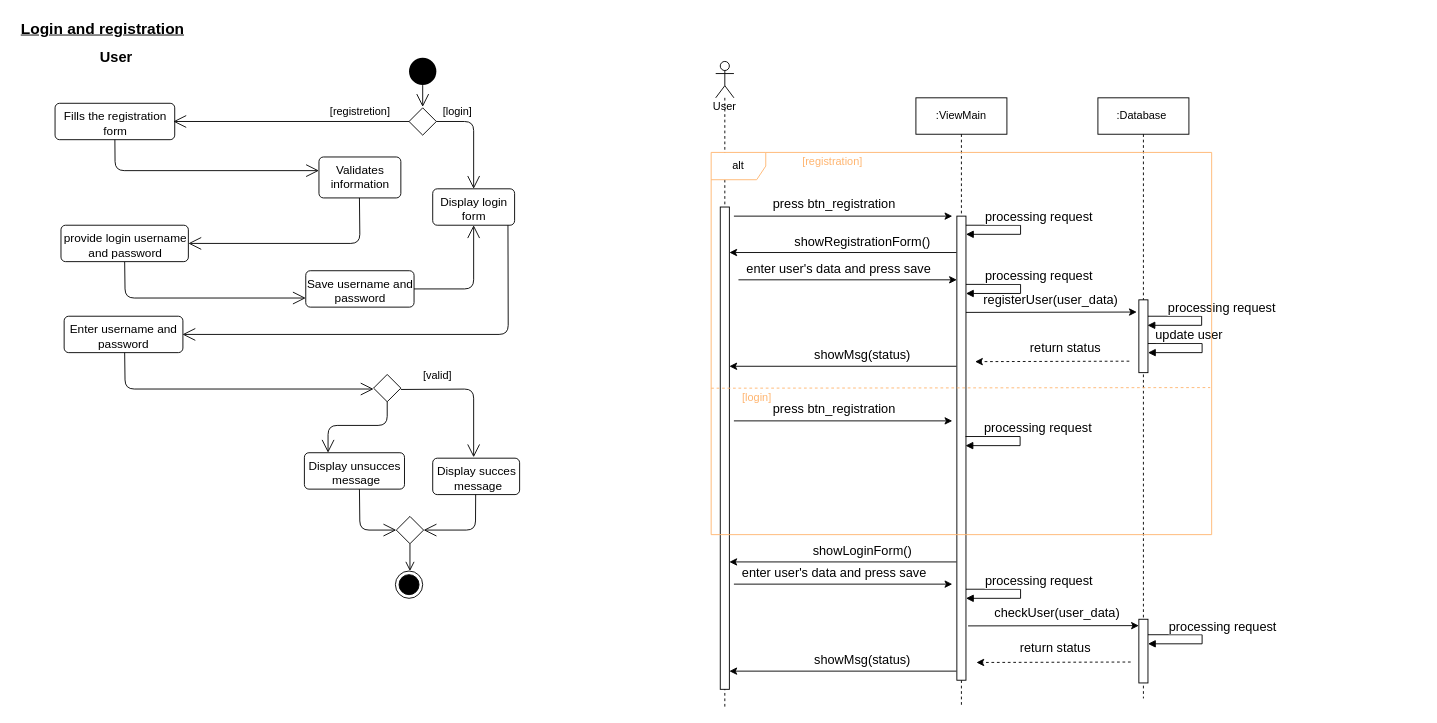
Earlier version of the draw.io diagram page "login and registration" (6 of 8) of activity_diagram.drawio (alsousha/projectFinish). Source tidied: cells renumbered, new cells numbered last; positions are measured from the earlier drawing's top-left corner, leaving out a move shared by most shapes. Both pictures are drawn from the tidied source at 91%, with x=0, y=0 at pixel (15, 15).
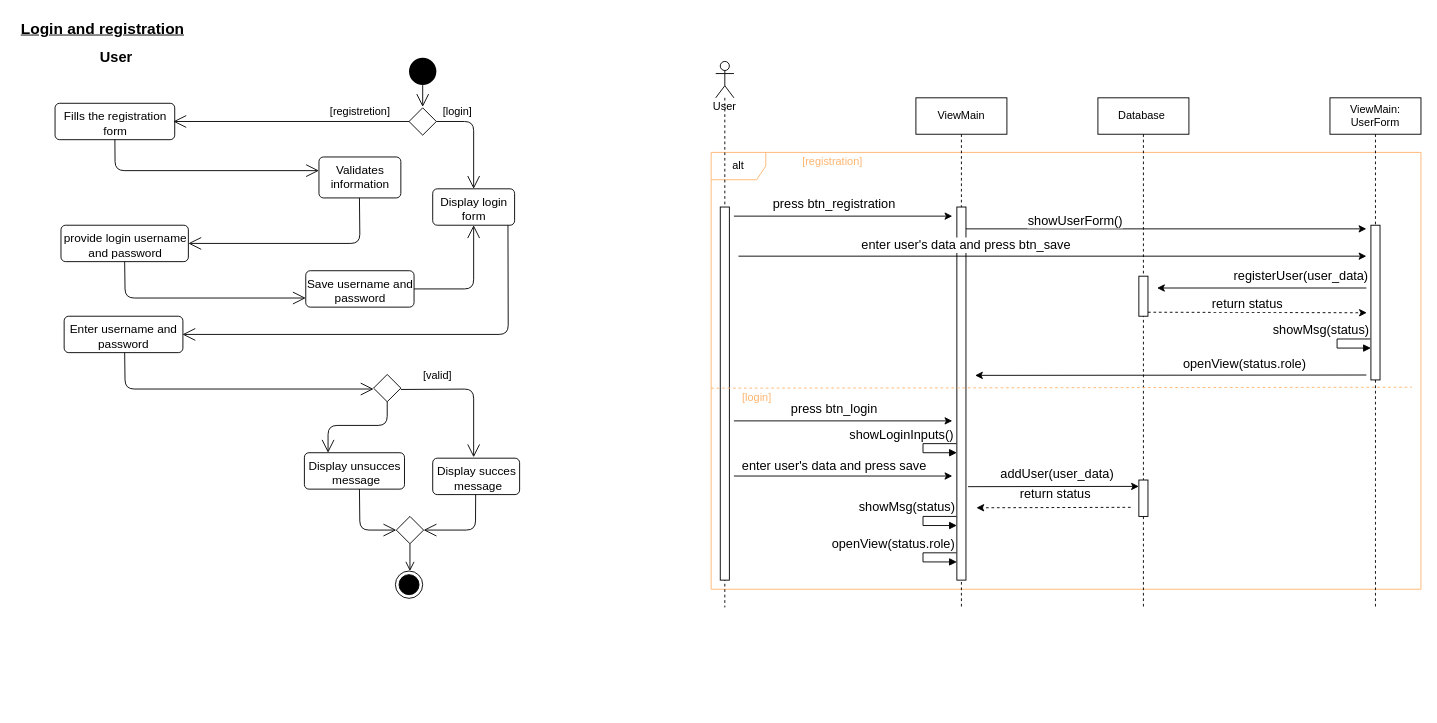
Above is the later version.

Unchanged cells that the change refers to:
```xml
<mxCell id="68" style="endArrow=classic;html=1;" parent="1" edge="1">
  <mxGeometry relative="1" as="geometry">
    <mxPoint x="790" y="445" as="sourcePoint" />
    <mxPoint x="1030" y="445" as="targetPoint" />
  </mxGeometry>
</mxCell>
```

What changed in the source:
```diff
@@
+    <mxCell id="82" value="alt" style="shape=umlFrame;whiteSpace=wrap;html=1;strokeColor=#FFB570;" parent="1" vertex="1">
+      <mxGeometry x="765" y="150" width="780" height="480" as="geometry" />
+    </mxCell>
@@
     <mxCell id="34" value="User" style="shape=umlLifeline;participant=umlActor;perimeter=lifelinePerimeter;whiteSpace=wrap;html=1;verticalAlign=top;spacingTop=36;" parent="1" vertex="1">
-      <mxGeometry x="770" y="50" width="20" height="710" as="geometry" />
+      <mxGeometry x="770" y="50" width="20" height="600" as="geometry" />
     </mxCell>
     <mxCell id="35" style="html=1;perimeter=orthogonalPerimeter;" parent="34" vertex="1">
-      <mxGeometry x="5" y="160" width="10" height="530" as="geometry" />
+      <mxGeometry x="5" y="160" width="10" height="410" as="geometry" />
     </mxCell>
-    <mxCell id="36" value=":ViewMain" style="shape=umlLifeline;perimeter=lifelinePerimeter;whiteSpace=wrap;html=1;" parent="1" vertex="1">
-      <mxGeometry x="990" y="90" width="100" height="670" as="geometry" />
+    <mxCell id="36" value="ViewMain" style="shape=umlLifeline;perimeter=lifelinePerimeter;whiteSpace=wrap;html=1;" parent="1" vertex="1">
+      <mxGeometry x="990" y="90" width="100" height="560" as="geometry" />
     </mxCell>
     <mxCell id="37" style="html=1;perimeter=orthogonalPerimeter;" parent="36" vertex="1">
-      <mxGeometry x="45" y="130" width="10" height="510" as="geometry" />
+      <mxGeometry x="45" y="120" width="10" height="410" as="geometry" />
     </mxCell>
-    <mxCell id="38" value=":Database&amp;nbsp;" style="shape=umlLifeline;perimeter=lifelinePerimeter;whiteSpace=wrap;html=1;" parent="1" vertex="1">
-      <mxGeometry x="1190" y="90" width="100" height="660" as="geometry" />
+    <mxCell id="38" value="Database&amp;nbsp;" style="shape=umlLifeline;perimeter=lifelinePerimeter;whiteSpace=wrap;html=1;" parent="1" vertex="1">
+      <mxGeometry x="1190" y="90" width="100" height="560" as="geometry" />
     </mxCell>
     <mxCell id="39" style="html=1;perimeter=orthogonalPerimeter;" parent="38" vertex="1">
-      <mxGeometry x="45" y="573" width="10" height="70" as="geometry" />
+      <mxGeometry x="45" y="420" width="10" height="40" as="geometry" />
     </mxCell>
-    <mxCell id="40" style="endArrow=none;dashed=1;html=1;entryX=0.997;entryY=0.546;entryDx=0;entryDy=0;entryPerimeter=0;strokeColor=#FFB570;" parent="1" edge="1">
+    <mxCell id="40" style="endArrow=none;dashed=1;html=1;strokeColor=#FFB570;" parent="1" edge="1">
       <mxGeometry relative="1" as="geometry">
         <mxPoint x="765" y="409.1" as="sourcePoint" />
-        <mxPoint x="1313.4" y="408.4" as="targetPoint" />
+        <mxPoint x="1535" y="408" as="targetPoint" />
       </mxGeometry>
     </mxCell>
@@
     <mxCell id="43" style="endArrow=classic;html=1;" parent="1" edge="1">
       <mxGeometry relative="1" as="geometry">
-        <mxPoint x="1034.5" y="260" as="sourcePoint" />
-        <mxPoint x="785" y="260" as="targetPoint" />
+        <mxPoint x="1045" y="234" as="sourcePoint" />
+        <mxPoint x="1485" y="234" as="targetPoint" />
       </mxGeometry>
     </mxCell>
-    <mxCell id="44" value="&lt;font style=&quot;font-size: 14px&quot;&gt;showRegistrationForm()&lt;/font&gt;" style="edgeLabel;html=1;align=center;verticalAlign=middle;" parent="43" vertex="1">
+    <mxCell id="44" value="&lt;font style=&quot;font-size: 14px&quot;&gt;showUserForm()&lt;/font&gt;" style="edgeLabel;html=1;align=center;verticalAlign=middle;" parent="43" vertex="1">
       <mxGeometry x="-0.38" y="6" relative="1" as="geometry">
-        <mxPoint x="-27.5" y="-19" as="offset" />
+        <mxPoint x="-16.7" y="-4" as="offset" />
       </mxGeometry>
     </mxCell>
@@
-    <mxCell id="47" style="edgeStyle=orthogonalEdgeStyle;html=1;align=left;spacingLeft=2;endArrow=block;rounded=0;strokeColor=#000000;" parent="1" edge="1">
-      <mxGeometry x="-0.11" y="66" relative="1" as="geometry">
-        <mxPoint x="1045" y="230" as="sourcePoint" />
-        <mxPoint x="1045" y="240" as="targetPoint" />
-        <Array as="points">
-          <mxPoint x="1105" y="230" />
-          <mxPoint x="1105" y="240" />
-          <mxPoint x="1051" y="240" />
-        </Array>
-        <mxPoint x="-27" y="-53" as="offset" />
-      </mxGeometry>
-    </mxCell>
-    <mxCell id="48" value="&lt;font style=&quot;font-size: 14px&quot;&gt;processing request&lt;/font&gt;" style="edgeLabel;html=1;align=center;verticalAlign=middle;" parent="47" vertex="1">
-      <mxGeometry x="-0.39" y="2" relative="1" as="geometry">
-        <mxPoint x="39.2" y="-8" as="offset" />
-      </mxGeometry>
-    </mxCell>
-    <mxCell id="49" style="endArrow=classic;html=1;entryX=-0.233;entryY=0.138;entryDx=0;entryDy=0;entryPerimeter=0;" parent="1" edge="1">
+    <mxCell id="49" style="endArrow=classic;html=1;" parent="1" edge="1">
       <mxGeometry relative="1" as="geometry">
-        <mxPoint x="1045" y="325.8" as="sourcePoint" />
-        <mxPoint x="1232.7" y="325.4" as="targetPoint" />
+        <mxPoint x="1485" y="299" as="sourcePoint" />
+        <mxPoint x="1255" y="299" as="targetPoint" />
       </mxGeometry>
     </mxCell>
     <mxCell id="50" value="&lt;font style=&quot;font-size: 14px&quot;&gt;registerUser(user_data)&lt;/font&gt;" style="edgeLabel;html=1;align=center;verticalAlign=middle;" parent="49" vertex="1">
       <mxGeometry x="-0.38" y="6" relative="1" as="geometry">
-        <mxPoint x="35" y="-8.5" as="offset" />
+        <mxPoint x="-1.7" y="-19.1" as="offset" />
       </mxGeometry>
     </mxCell>
-    <mxCell id="51" style="edgeStyle=orthogonalEdgeStyle;html=1;align=left;spacingLeft=2;endArrow=block;rounded=0;strokeColor=#000000;" parent="1" edge="1">
-      <mxGeometry x="-0.11" y="66" relative="1" as="geometry">
-        <mxPoint x="1244.5" y="330" as="sourcePoint" />
-        <mxPoint x="1244.5" y="340" as="targetPoint" />
-        <Array as="points">
-          <mxPoint x="1304" y="330" />
-          <mxPoint x="1304" y="340" />
-        </Array>
-        <mxPoint x="-27" y="-53" as="offset" />
-      </mxGeometry>
-    </mxCell>
-    <mxCell id="52" value="&lt;font style=&quot;font-size: 14px&quot;&gt;processing request&lt;/font&gt;" style="edgeLabel;html=1;align=center;verticalAlign=middle;" parent="51" vertex="1">
-      <mxGeometry x="-0.39" y="2" relative="1" as="geometry">
-        <mxPoint x="42.2" y="-8" as="offset" />
-      </mxGeometry>
-    </mxCell>
     <mxCell id="53" style="html=1;perimeter=orthogonalPerimeter;" parent="1" vertex="1">
-      <mxGeometry x="1235" y="312" width="10" height="80" as="geometry" />
+      <mxGeometry x="1235" y="286" width="10" height="44" as="geometry" />
     </mxCell>
     <mxCell id="54" style="endArrow=classic;html=1;dashed=1;" parent="1" edge="1">
       <mxGeometry relative="1" as="geometry">
-        <mxPoint x="1226" y="710" as="sourcePoint" />
-        <mxPoint x="1056.5" y="710.5" as="targetPoint" />
+        <mxPoint x="1226" y="540" as="sourcePoint" />
+        <mxPoint x="1056.5" y="540.5" as="targetPoint" />
       </mxGeometry>
     </mxCell>
@@
-    <mxCell id="56" style="endArrow=classic;html=1;" parent="1" edge="1">
-      <mxGeometry relative="1" as="geometry">
-        <mxPoint x="1034.5" y="385" as="sourcePoint" />
-        <mxPoint x="785" y="385" as="targetPoint" />
-      </mxGeometry>
-    </mxCell>
-    <mxCell id="57" value="&lt;font style=&quot;font-size: 14px&quot;&gt;showMsg(status)&lt;/font&gt;" style="edgeLabel;html=1;align=center;verticalAlign=middle;" parent="56" vertex="1">
-      <mxGeometry x="-0.38" y="6" relative="1" as="geometry">
-        <mxPoint x="-27.5" y="-19" as="offset" />
-      </mxGeometry>
-    </mxCell>
     <mxCell id="58" style="endArrow=classic;html=1;" parent="1" edge="1">
       <mxGeometry relative="1" as="geometry">
-        <mxPoint x="795" y="290" as="sourcePoint" />
-        <mxPoint x="1035" y="290" as="targetPoint" />
+        <mxPoint x="795" y="264" as="sourcePoint" />
+        <mxPoint x="1485" y="264" as="targetPoint" />
       </mxGeometry>
     </mxCell>
-    <mxCell id="59" value="&lt;span style=&quot;font-size: 14px&quot;&gt;enter user's data and press save&lt;/span&gt;" style="edgeLabel;html=1;align=center;verticalAlign=middle;" parent="58" vertex="1">
+    <mxCell id="59" value="&lt;span style=&quot;font-size: 14px&quot;&gt;enter user's data and press btn_save&lt;/span&gt;" style="edgeLabel;html=1;align=center;verticalAlign=middle;" parent="58" vertex="1">
       <mxGeometry x="-0.38" y="6" relative="1" as="geometry">
         <mxPoint x="35" y="-6.5" as="offset" />
       </mxGeometry>
     </mxCell>
-    <mxCell id="60" style="edgeStyle=orthogonalEdgeStyle;html=1;align=left;spacingLeft=2;endArrow=block;rounded=0;strokeColor=#000000;" parent="1" edge="1">
-      <mxGeometry x="-0.11" y="66" relative="1" as="geometry">
-        <mxPoint x="1044.5" y="462.2" as="sourcePoint" />
-        <mxPoint x="1044.5" y="472.2" as="targetPoint" />
-        <Array as="points">
-          <mxPoint x="1104.5" y="462.2" />
-          <mxPoint x="1104.5" y="472.2" />
-          <mxPoint x="1050.5" y="472.2" />
-        </Array>
-        <mxPoint x="-27" y="-53" as="offset" />
-      </mxGeometry>
-    </mxCell>
-    <mxCell id="61" value="&lt;font style=&quot;font-size: 14px&quot;&gt;processing request&lt;/font&gt;" style="edgeLabel;html=1;align=center;verticalAlign=middle;" parent="60" vertex="1">
-      <mxGeometry x="-0.39" y="2" relative="1" as="geometry">
-        <mxPoint x="39.2" y="-8" as="offset" />
-      </mxGeometry>
-    </mxCell>
     <mxCell id="62" style="endArrow=classic;html=1;entryX=-0.233;entryY=0.138;entryDx=0;entryDy=0;entryPerimeter=0;" parent="1" edge="1">
       <mxGeometry relative="1" as="geometry">
-        <mxPoint x="1047.3" y="670.3" as="sourcePoint" />
-        <mxPoint x="1235" y="670" as="targetPoint" />
+        <mxPoint x="1047.3" y="517.3" as="sourcePoint" />
+        <mxPoint x="1235" y="517" as="targetPoint" />
       </mxGeometry>
     </mxCell>
-    <mxCell id="63" value="&lt;font style=&quot;font-size: 14px&quot;&gt;checkUser(user_data)&lt;/font&gt;" style="edgeLabel;html=1;align=center;verticalAlign=middle;" parent="62" vertex="1">
+    <mxCell id="63" value="&lt;font style=&quot;font-size: 14px&quot;&gt;addUser(user_data)&lt;/font&gt;" style="edgeLabel;html=1;align=center;verticalAlign=middle;" parent="62" vertex="1">
       <mxGeometry x="-0.38" y="6" relative="1" as="geometry">
         <mxPoint x="39" y="-8.5" as="offset" />
       </mxGeometry>
     </mxCell>
     <mxCell id="64" style="endArrow=classic;html=1;dashed=1;" parent="1" edge="1">
       <mxGeometry relative="1" as="geometry">
-        <mxPoint x="1224.5" y="379.4" as="sourcePoint" />
-        <mxPoint x="1055" y="379.9" as="targetPoint" />
+        <mxPoint x="1245" y="325.6" as="sourcePoint" />
+        <mxPoint x="1485.5" y="326.2" as="targetPoint" />
       </mxGeometry>
     </mxCell>
     <mxCell id="65" value="&lt;font style=&quot;font-size: 14px&quot;&gt;return status&amp;nbsp;&lt;/font&gt;" style="edgeLabel;html=1;align=center;verticalAlign=middle;" parent="64" vertex="1">
       <mxGeometry x="-0.38" y="6" relative="1" as="geometry">
-        <mxPoint x="-16.5" y="-21.4" as="offset" />
+        <mxPoint x="35" y="-3.6" as="offset" />
       </mxGeometry>
     </mxCell>
-    <mxCell id="66" style="edgeStyle=orthogonalEdgeStyle;html=1;align=left;spacingLeft=2;endArrow=block;rounded=0;strokeColor=#000000;" parent="1" edge="1">
-      <mxGeometry x="-0.11" y="66" relative="1" as="geometry">
-        <mxPoint x="1245" y="360" as="sourcePoint" />
-        <mxPoint x="1245" y="370" as="targetPoint" />
-        <Array as="points">
-          <mxPoint x="1304.5" y="360" />
-          <mxPoint x="1304.5" y="370" />
-        </Array>
-        <mxPoint x="-27" y="-53" as="offset" />
-      </mxGeometry>
-    </mxCell>
-    <mxCell id="67" value="&lt;span style=&quot;font-size: 14px&quot;&gt;update user&lt;/span&gt;" style="edgeLabel;html=1;align=center;verticalAlign=middle;" parent="66" vertex="1">
-      <mxGeometry x="-0.39" y="2" relative="1" as="geometry">
-        <mxPoint x="5" y="-8" as="offset" />
-      </mxGeometry>
-    </mxCell>
@@
-    <mxCell id="69" value="&lt;font style=&quot;font-size: 14px&quot;&gt;press btn_registration&lt;/font&gt;" style="edgeLabel;html=1;align=center;verticalAlign=middle;" parent="68" vertex="1">
+    <mxCell id="69" value="&lt;font style=&quot;font-size: 14px&quot;&gt;press btn_login&lt;/font&gt;" style="edgeLabel;html=1;align=center;verticalAlign=middle;" parent="68" vertex="1">
       <mxGeometry x="-0.38" y="6" relative="1" as="geometry">
         <mxPoint x="35" y="-7.5" as="offset" />
       </mxGeometry>
     </mxCell>
-    <mxCell id="70" style="edgeStyle=orthogonalEdgeStyle;html=1;align=left;spacingLeft=2;endArrow=block;rounded=0;strokeColor=#000000;" parent="1" edge="1">
-      <mxGeometry x="-0.11" y="66" relative="1" as="geometry">
-        <mxPoint x="1045" y="295" as="sourcePoint" />
-        <mxPoint x="1045" y="305" as="targetPoint" />
-        <Array as="points">
-          <mxPoint x="1105" y="295" />
-          <mxPoint x="1105" y="305" />
-        </Array>
-        <mxPoint x="-27" y="-53" as="offset" />
-      </mxGeometry>
-    </mxCell>
-    <mxCell id="71" value="&lt;font style=&quot;font-size: 14px&quot;&gt;processing request&lt;/font&gt;" style="edgeLabel;html=1;align=center;verticalAlign=middle;" parent="70" vertex="1">
-      <mxGeometry x="-0.39" y="2" relative="1" as="geometry">
-        <mxPoint x="39.2" y="-8" as="offset" />
-      </mxGeometry>
-    </mxCell>
-    <mxCell id="72" style="endArrow=classic;html=1;" parent="1" edge="1">
-      <mxGeometry relative="1" as="geometry">
-        <mxPoint x="1034.5" y="600" as="sourcePoint" />
-        <mxPoint x="785" y="600" as="targetPoint" />
-      </mxGeometry>
-    </mxCell>
-    <mxCell id="73" value="&lt;font style=&quot;font-size: 14px&quot;&gt;showLoginForm()&lt;/font&gt;" style="edgeLabel;html=1;align=center;verticalAlign=middle;" parent="72" vertex="1">
-      <mxGeometry x="-0.38" y="6" relative="1" as="geometry">
-        <mxPoint x="-27.5" y="-19" as="offset" />
-      </mxGeometry>
-    </mxCell>
     <mxCell id="74" style="endArrow=classic;html=1;" parent="1" edge="1">
       <mxGeometry relative="1" as="geometry">
-        <mxPoint x="790" y="624.4" as="sourcePoint" />
-        <mxPoint x="1030" y="624.4" as="targetPoint" />
+        <mxPoint x="790" y="505.6" as="sourcePoint" />
+        <mxPoint x="1030" y="505.6" as="targetPoint" />
       </mxGeometry>
     </mxCell>
@@
-    <mxCell id="76" style="edgeStyle=orthogonalEdgeStyle;html=1;align=left;spacingLeft=2;endArrow=block;rounded=0;strokeColor=#000000;" parent="1" edge="1">
-      <mxGeometry x="-0.11" y="66" relative="1" as="geometry">
-        <mxPoint x="1045" y="630" as="sourcePoint" />
-        <mxPoint x="1045" y="640" as="targetPoint" />
-        <Array as="points">
-          <mxPoint x="1105" y="630" />
-          <mxPoint x="1105" y="640" />
-          <mxPoint x="1051" y="640" />
-        </Array>
-        <mxPoint x="-27" y="-53" as="offset" />
-      </mxGeometry>
-    </mxCell>
-    <mxCell id="77" value="&lt;font style=&quot;font-size: 14px&quot;&gt;processing request&lt;/font&gt;" style="edgeLabel;html=1;align=center;verticalAlign=middle;" parent="76" vertex="1">
-      <mxGeometry x="-0.39" y="2" relative="1" as="geometry">
-        <mxPoint x="39.2" y="-8" as="offset" />
-      </mxGeometry>
-    </mxCell>
-    <mxCell id="78" style="edgeStyle=orthogonalEdgeStyle;html=1;align=left;spacingLeft=2;endArrow=block;rounded=0;strokeColor=#000000;" parent="1" edge="1">
-      <mxGeometry x="-0.11" y="66" relative="1" as="geometry">
-        <mxPoint x="1245" y="680" as="sourcePoint" />
-        <mxPoint x="1245" y="690" as="targetPoint" />
-        <Array as="points">
-          <mxPoint x="1304.5" y="680" />
-          <mxPoint x="1304.5" y="690" />
-        </Array>
-        <mxPoint x="-27" y="-53" as="offset" />
-      </mxGeometry>
-    </mxCell>
-    <mxCell id="79" value="&lt;font style=&quot;font-size: 14px&quot;&gt;processing request&lt;/font&gt;" style="edgeLabel;html=1;align=center;verticalAlign=middle;" parent="78" vertex="1">
-      <mxGeometry x="-0.39" y="2" relative="1" as="geometry">
-        <mxPoint x="42.2" y="-8" as="offset" />
-      </mxGeometry>
-    </mxCell>
-    <mxCell id="80" style="endArrow=classic;html=1;" parent="1" edge="1">
-      <mxGeometry relative="1" as="geometry">
-        <mxPoint x="1034.5" y="720" as="sourcePoint" />
-        <mxPoint x="785" y="720" as="targetPoint" />
-      </mxGeometry>
-    </mxCell>
-    <mxCell id="81" value="&lt;font style=&quot;font-size: 14px&quot;&gt;showMsg(status)&lt;/font&gt;" style="edgeLabel;html=1;align=center;verticalAlign=middle;" parent="80" vertex="1">
-      <mxGeometry x="-0.38" y="6" relative="1" as="geometry">
-        <mxPoint x="-27.5" y="-19" as="offset" />
-      </mxGeometry>
-    </mxCell>
-    <mxCell id="82" value="alt" style="shape=umlFrame;whiteSpace=wrap;html=1;strokeColor=#FFB570;" parent="1" vertex="1">
-      <mxGeometry x="765" y="150" width="550" height="420" as="geometry" />
-    </mxCell>
+    <mxCell id="83" style="edgeStyle=orthogonalEdgeStyle;html=1;align=left;spacingLeft=2;endArrow=block;rounded=0;strokeColor=#000000;" parent="1" edge="1">
+      <mxGeometry x="-0.11" y="66" relative="1" as="geometry">
+        <mxPoint x="1489.5" y="355" as="sourcePoint" />
+        <mxPoint x="1490" y="365" as="targetPoint" />
+        <Array as="points">
+          <mxPoint x="1452.8" y="355" />
+          <mxPoint x="1452.8" y="365" />
+        </Array>
+        <mxPoint x="-27" y="-53" as="offset" />
+      </mxGeometry>
+    </mxCell>
+    <mxCell id="84" value="&lt;span style=&quot;font-size: 14px&quot;&gt;showMsg(status)&lt;/span&gt;" style="edgeLabel;html=1;align=center;verticalAlign=middle;" parent="83" vertex="1">
+      <mxGeometry x="-0.32" relative="1" as="geometry">
+        <mxPoint x="-26.2" y="-11" as="offset" />
+      </mxGeometry>
+    </mxCell>
+    <mxCell id="85" value="ViewMain:&lt;br&gt;UserForm" style="shape=umlLifeline;perimeter=lifelinePerimeter;whiteSpace=wrap;html=1;" parent="1" vertex="1">
+      <mxGeometry x="1445" y="90" width="100" height="560" as="geometry" />
+    </mxCell>
+    <mxCell id="86" style="html=1;perimeter=orthogonalPerimeter;" parent="85" vertex="1">
+      <mxGeometry x="45" y="140" width="10" height="170" as="geometry" />
+    </mxCell>
+    <mxCell id="87" style="edgeStyle=orthogonalEdgeStyle;html=1;align=left;spacingLeft=2;endArrow=block;rounded=0;strokeColor=#000000;" parent="1" edge="1">
+      <mxGeometry x="-0.11" y="66" relative="1" as="geometry">
+        <mxPoint x="1034.5" y="470" as="sourcePoint" />
+        <mxPoint x="1035" y="480" as="targetPoint" />
+        <Array as="points">
+          <mxPoint x="997.8" y="470" />
+          <mxPoint x="997.8" y="480" />
+        </Array>
+        <mxPoint x="-27" y="-53" as="offset" />
+      </mxGeometry>
+    </mxCell>
+    <mxCell id="88" value="&lt;span style=&quot;font-size: 14px&quot;&gt;showLoginInputs()&lt;/span&gt;" style="edgeLabel;html=1;align=center;verticalAlign=middle;" parent="87" vertex="1">
+      <mxGeometry x="-0.32" relative="1" as="geometry">
+        <mxPoint x="-32.2" y="-11" as="offset" />
+      </mxGeometry>
+    </mxCell>
+    <mxCell id="89" style="edgeStyle=orthogonalEdgeStyle;html=1;align=left;spacingLeft=2;endArrow=block;rounded=0;strokeColor=#000000;" parent="1" edge="1">
+      <mxGeometry x="-0.11" y="66" relative="1" as="geometry">
+        <mxPoint x="1034.5" y="550" as="sourcePoint" />
+        <mxPoint x="1035" y="560" as="targetPoint" />
+        <Array as="points">
+          <mxPoint x="997.8" y="550" />
+          <mxPoint x="997.8" y="560" />
+        </Array>
+        <mxPoint x="-27" y="-53" as="offset" />
+      </mxGeometry>
+    </mxCell>
+    <mxCell id="90" value="&lt;span style=&quot;font-size: 14px&quot;&gt;showMsg(status)&lt;/span&gt;" style="edgeLabel;html=1;align=center;verticalAlign=middle;" parent="89" vertex="1">
+      <mxGeometry x="-0.32" relative="1" as="geometry">
+        <mxPoint x="-26.2" y="-11" as="offset" />
+      </mxGeometry>
+    </mxCell>
+    <mxCell id="91" style="endArrow=classic;html=1;" parent="1" edge="1">
+      <mxGeometry relative="1" as="geometry">
+        <mxPoint x="1485" y="394.6" as="sourcePoint" />
+        <mxPoint x="1055" y="395" as="targetPoint" />
+      </mxGeometry>
+    </mxCell>
+    <mxCell id="92" value="&lt;font style=&quot;font-size: 14px&quot;&gt;openView(status.role)&lt;/font&gt;" style="edgeLabel;html=1;align=center;verticalAlign=middle;" parent="91" vertex="1">
+      <mxGeometry x="-0.38" y="6" relative="1" as="geometry">
+        <mxPoint x="-1.7" y="-19.1" as="offset" />
+      </mxGeometry>
+    </mxCell>
+    <mxCell id="93" style="edgeStyle=orthogonalEdgeStyle;html=1;align=left;spacingLeft=2;endArrow=block;rounded=0;strokeColor=#000000;" parent="1" edge="1">
+      <mxGeometry x="-0.11" y="66" relative="1" as="geometry">
+        <mxPoint x="1034.5" y="590" as="sourcePoint" />
+        <mxPoint x="1035" y="600" as="targetPoint" />
+        <Array as="points">
+          <mxPoint x="997.8" y="590" />
+          <mxPoint x="997.8" y="600" />
+        </Array>
+        <mxPoint x="-27" y="-53" as="offset" />
+      </mxGeometry>
+    </mxCell>
+    <mxCell id="94" value="&lt;span style=&quot;font-size: 14px&quot;&gt;openView(status.role)&lt;/span&gt;" style="edgeLabel;html=1;align=center;verticalAlign=middle;" parent="93" vertex="1">
+      <mxGeometry x="-0.32" relative="1" as="geometry">
+        <mxPoint x="-41.2" y="-11" as="offset" />
+      </mxGeometry>
+    </mxCell>
```
